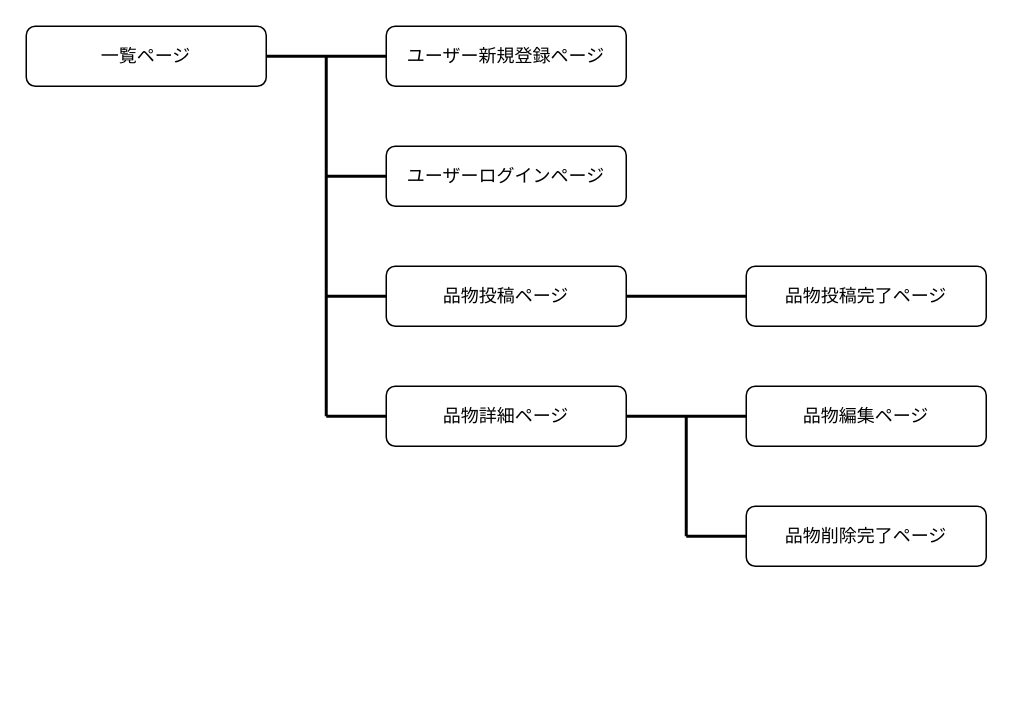
Earlier version of the draw.io diagram chart.dio (t-mahito/easy-shopping). Source tidied: cells renumbered, new cells numbered last; positions are measured from the earlier drawing's top-left corner, leaving out a move shared by most shapes. Both pictures are drawn from the tidied source at 150%, with x=0, y=0 at pixel (26, 26).
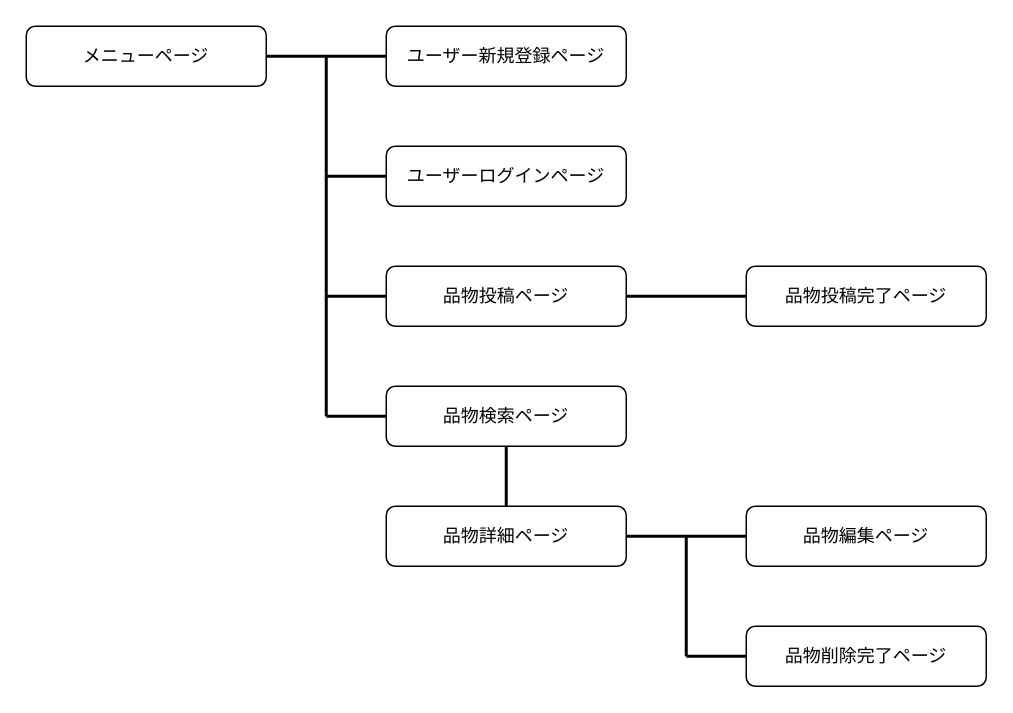
Above is the later version.

The edit, as a diff of the source:
```diff
@@
-    <mxCell id="2" value="一覧ページ" style="rounded=1;whiteSpace=wrap;html=1;" parent="1" vertex="1">
+    <mxCell id="2" value="メニューページ" style="rounded=1;whiteSpace=wrap;html=1;" parent="1" vertex="1">
       <mxGeometry width="160" height="40" as="geometry" />
     </mxCell>
@@
-    <mxCell id="6" value="品物詳細ページ" style="rounded=1;whiteSpace=wrap;html=1;" parent="1" vertex="1">
+    <mxCell id="6" value="品物検索ページ" style="rounded=1;whiteSpace=wrap;html=1;" parent="1" vertex="1">
       <mxGeometry x="240" y="240" width="160" height="40" as="geometry" />
     </mxCell>
     <mxCell id="7" value="品物編集ページ" style="rounded=1;whiteSpace=wrap;html=1;" parent="1" vertex="1">
-      <mxGeometry x="480" y="240" width="160" height="40" as="geometry" />
+      <mxGeometry x="480" y="320" width="160" height="40" as="geometry" />
     </mxCell>
     <mxCell id="8" value="品物削除完了ページ" style="rounded=1;whiteSpace=wrap;html=1;" parent="1" vertex="1">
-      <mxGeometry x="480" y="320" width="160" height="40" as="geometry" />
+      <mxGeometry x="480" y="400" width="160" height="40" as="geometry" />
     </mxCell>
@@
-    <mxCell id="14" style="endArrow=none;html=1;strokeWidth=2;exitX=1;exitY=0.5;exitDx=0;exitDy=0;entryX=0;entryY=0.5;entryDx=0;entryDy=0;" parent="1" edge="1" source="6" target="7">
+    <mxCell id="14" style="endArrow=none;html=1;strokeWidth=2;exitX=1;exitY=0.5;exitDx=0;exitDy=0;entryX=0;entryY=0.5;entryDx=0;entryDy=0;" parent="1" edge="1" source="19" target="7">
       <mxGeometry relative="1" as="geometry" />
     </mxCell>
     <mxCell id="15" style="endArrow=none;html=1;strokeWidth=2;entryX=0;entryY=0.5;entryDx=0;entryDy=0;" parent="1" edge="1" target="8">
       <mxGeometry relative="1" as="geometry">
-        <mxPoint x="440" y="340" as="sourcePoint" />
+        <mxPoint x="440" y="420" as="sourcePoint" />
       </mxGeometry>
     </mxCell>
     <mxCell id="16" style="endArrow=none;html=1;strokeWidth=2;" parent="1" edge="1">
       <mxGeometry relative="1" as="geometry">
-        <mxPoint x="440" y="340" as="sourcePoint" />
-        <mxPoint x="440" y="260" as="targetPoint" />
+        <mxPoint x="440" y="420" as="sourcePoint" />
+        <mxPoint x="440" y="340" as="targetPoint" />
       </mxGeometry>
     </mxCell>
@@
+    <mxCell id="19" value="品物詳細ページ" style="rounded=1;whiteSpace=wrap;html=1;" parent="1" vertex="1">
+      <mxGeometry x="240" y="320" width="160" height="40" as="geometry" />
+    </mxCell>
+    <mxCell id="20" style="endArrow=none;html=1;entryX=0.5;entryY=1;entryDx=0;entryDy=0;exitX=0.5;exitY=0;exitDx=0;exitDy=0;strokeWidth=2;" parent="1" edge="1" source="19" target="6">
+      <mxGeometry relative="1" as="geometry" />
+    </mxCell>
```
